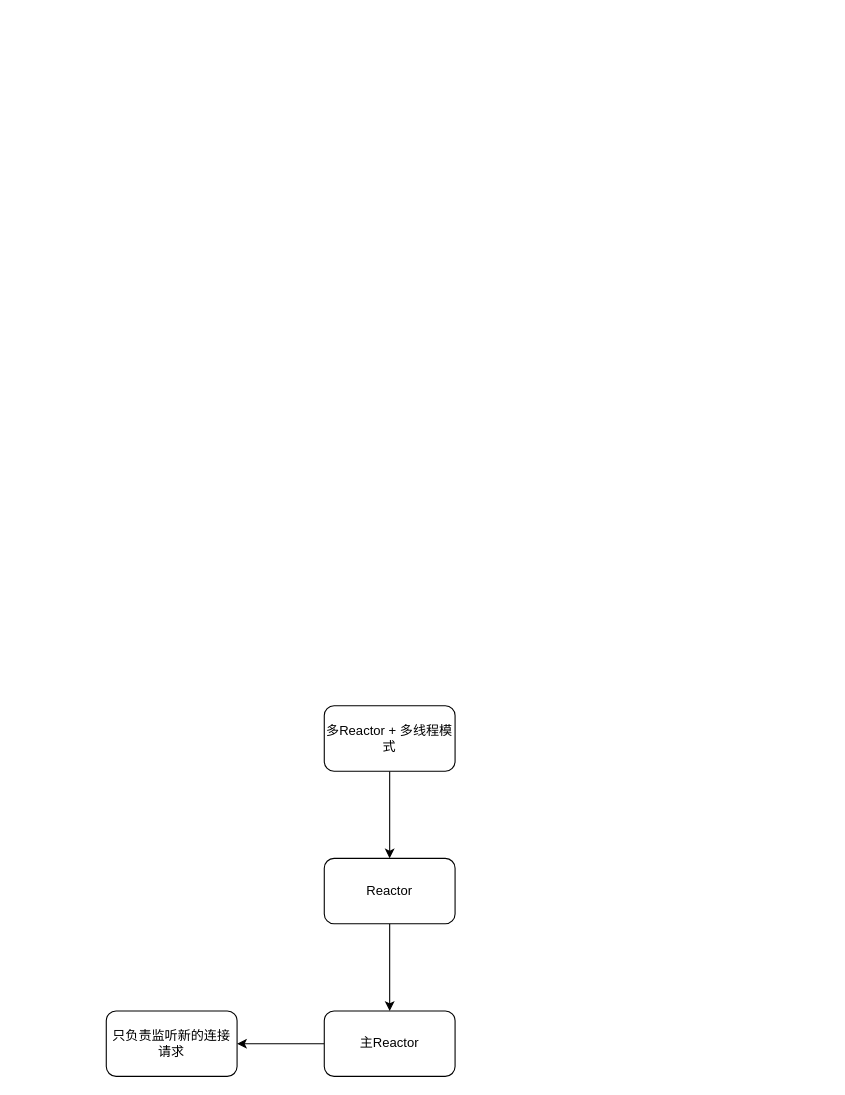
Above: 多Reactor+多线程模式.drawio in chenxing2025/draw.io (draw.io), before the change. Source tidied: cells renumbered, new cells numbered last; positions are measured from the earlier drawing's top-left corner, leaving out a move shared by most shapes. Both pictures are drawn from the tidied source at 109%, with x=0, y=0 at pixel (106, 705).
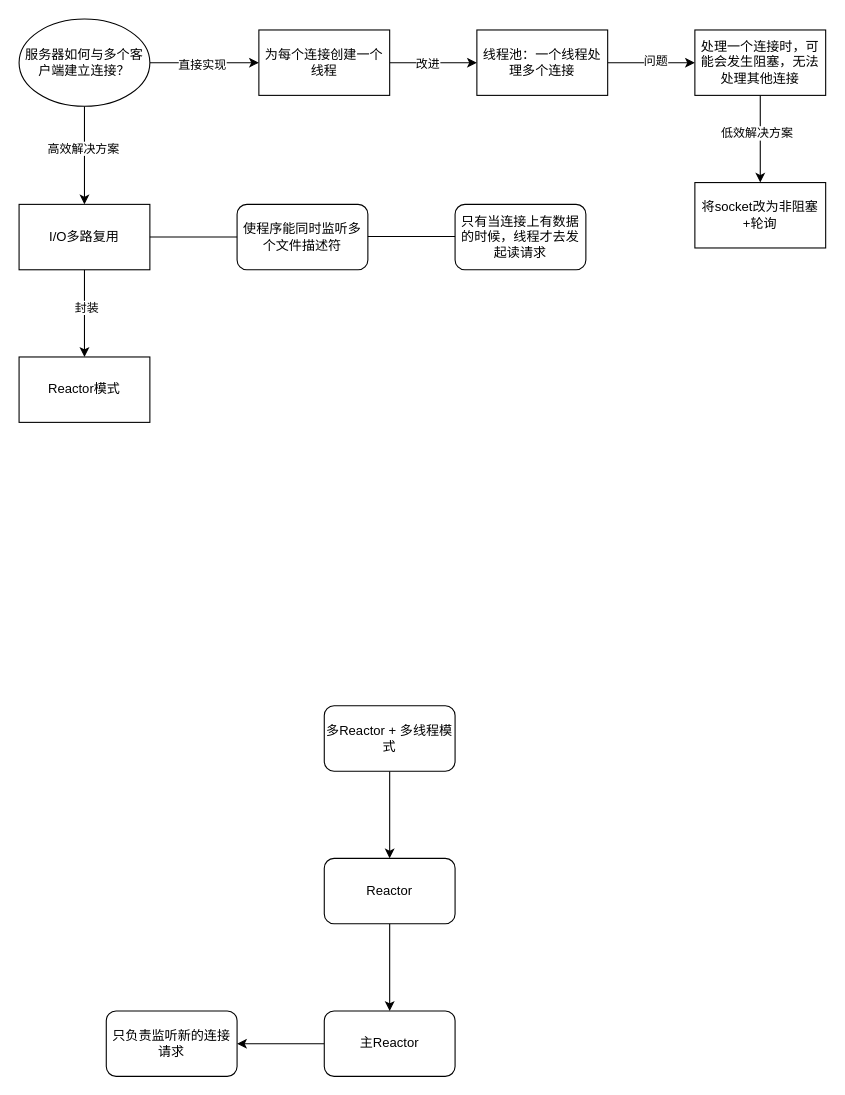
The same diagram, later.

Commit message:
更新多Reactor+多线程模式.drawio

Change to the diagram source:
```diff
@@
+    <mxCell id="9" style="edgeStyle=orthogonalEdgeStyle;rounded=0;jettySize=auto;html=1;" parent="1" edge="1" source="13" target="16">
+      <mxGeometry relative="1" as="geometry" />
+    </mxCell>
+    <mxCell id="10" value="直接实现" style="edgeLabel;html=1;align=center;verticalAlign=middle;" parent="9" vertex="1">
+      <mxGeometry x="-0.06" y="-1" relative="1" as="geometry" />
+    </mxCell>
+    <mxCell id="11" style="edgeStyle=orthogonalEdgeStyle;rounded=0;jettySize=auto;html=1;" parent="1" edge="1" source="13" target="26">
+      <mxGeometry relative="1" as="geometry" />
+    </mxCell>
+    <mxCell id="12" value="高效解决方案" style="edgeLabel;html=1;align=center;verticalAlign=middle;" parent="11" vertex="1">
+      <mxGeometry x="-0.16" y="-2" relative="1" as="geometry" />
+    </mxCell>
+    <mxCell id="13" value="服务器如何与多个客户端建立连接？" style="ellipse;whiteSpace=wrap;html=1;" parent="1" vertex="1">
+      <mxGeometry x="-80" y="-630" width="120" height="80" as="geometry" />
+    </mxCell>
+    <mxCell id="14" style="edgeStyle=orthogonalEdgeStyle;rounded=0;jettySize=auto;html=1;" parent="1" edge="1" source="16" target="19">
+      <mxGeometry relative="1" as="geometry" />
+    </mxCell>
+    <mxCell id="15" value="改进" style="edgeLabel;html=1;align=center;verticalAlign=middle;" parent="14" vertex="1">
+      <mxGeometry x="-0.14" relative="1" as="geometry" />
+    </mxCell>
+    <mxCell id="16" value="为每个连接创建一个线程" style="whiteSpace=wrap;html=1;" parent="1" vertex="1">
+      <mxGeometry x="140" y="-620" width="120" height="60" as="geometry" />
+    </mxCell>
+    <mxCell id="17" style="edgeStyle=orthogonalEdgeStyle;rounded=0;jettySize=auto;html=1;" parent="1" edge="1" source="19" target="22">
+      <mxGeometry relative="1" as="geometry" />
+    </mxCell>
+    <mxCell id="18" value="问题" style="edgeLabel;html=1;align=center;verticalAlign=middle;" parent="17" vertex="1">
+      <mxGeometry x="0.07" y="2" relative="1" as="geometry" />
+    </mxCell>
+    <mxCell id="19" value="线程池：&lt;span style=&quot;background-color: transparent; color: light-dark(rgb(0, 0, 0), rgb(255, 255, 255));&quot;&gt;一个线程处理多个连接&lt;/span&gt;" style="whiteSpace=wrap;html=1;" parent="1" vertex="1">
+      <mxGeometry x="340" y="-620" width="120" height="60" as="geometry" />
+    </mxCell>
+    <mxCell id="20" style="edgeStyle=orthogonalEdgeStyle;rounded=0;jettySize=auto;html=1;" parent="1" edge="1" source="22" target="23">
+      <mxGeometry relative="1" as="geometry" />
+    </mxCell>
+    <mxCell id="21" value="&lt;div&gt;低效&lt;span style=&quot;background-color: light-dark(#ffffff, var(--ge-dark-color, #121212)); color: light-dark(rgb(0, 0, 0), rgb(255, 255, 255));&quot;&gt;解决方案&lt;/span&gt;&lt;/div&gt;" style="edgeLabel;html=1;align=center;verticalAlign=middle;" parent="20" vertex="1">
+      <mxGeometry x="-0.16" y="-4" relative="1" as="geometry" />
+    </mxCell>
+    <mxCell id="22" value="处理一个连接时，可能会发生阻塞，无法处理其他连接" style="whiteSpace=wrap;html=1;" parent="1" vertex="1">
+      <mxGeometry x="540" y="-620" width="120" height="60" as="geometry" />
+    </mxCell>
+    <mxCell id="23" value="将socket改为非阻塞&lt;div&gt;+轮询&lt;/div&gt;" style="whiteSpace=wrap;html=1;" parent="1" vertex="1">
+      <mxGeometry x="540" y="-480" width="120" height="60" as="geometry" />
+    </mxCell>
+    <mxCell id="24" style="edgeStyle=orthogonalEdgeStyle;rounded=0;jettySize=auto;html=1;" parent="1" edge="1" source="26" target="28">
+      <mxGeometry relative="1" as="geometry" />
+    </mxCell>
+    <mxCell id="25" value="封装" style="edgeLabel;html=1;align=center;verticalAlign=middle;" parent="24" vertex="1">
+      <mxGeometry x="-0.14" y="1" relative="1" as="geometry" />
+    </mxCell>
+    <mxCell id="26" value="I/O多路复用" style="whiteSpace=wrap;html=1;" parent="1" vertex="1">
+      <mxGeometry x="-80" y="-460" width="120" height="60" as="geometry" />
+    </mxCell>
+    <mxCell id="27" value="使程序能同时监听多个文件描述符" style="rounded=1;whiteSpace=wrap;html=1;" parent="1" vertex="1">
+      <mxGeometry x="120" y="-460" width="120" height="60" as="geometry" />
+    </mxCell>
+    <mxCell id="28" value="Reactor模式" style="whiteSpace=wrap;html=1;" parent="1" vertex="1">
+      <mxGeometry x="-80" y="-320" width="120" height="60" as="geometry" />
+    </mxCell>
+    <mxCell id="29" value="只有当连接上有数据的时候，线程才去发起读请求" style="rounded=1;whiteSpace=wrap;html=1;" parent="1" vertex="1">
+      <mxGeometry x="320" y="-460" width="120" height="60" as="geometry" />
+    </mxCell>
+    <mxCell id="30" style="endArrow=none;html=1;rounded=0;entryX=0;entryY=0.5;entryDx=0;entryDy=0;" parent="1" edge="1" target="27">
+      <mxGeometry relative="1" as="geometry">
+        <mxPoint x="40" y="-430" as="sourcePoint" />
+      </mxGeometry>
+    </mxCell>
+    <mxCell id="31" style="endArrow=none;html=1;rounded=0;entryX=0;entryY=0.5;entryDx=0;entryDy=0;" parent="1" edge="1">
+      <mxGeometry relative="1" as="geometry">
+        <mxPoint x="240" y="-430.5" as="sourcePoint" />
+        <mxPoint x="320" y="-430.5" as="targetPoint" />
+      </mxGeometry>
+    </mxCell>
```
